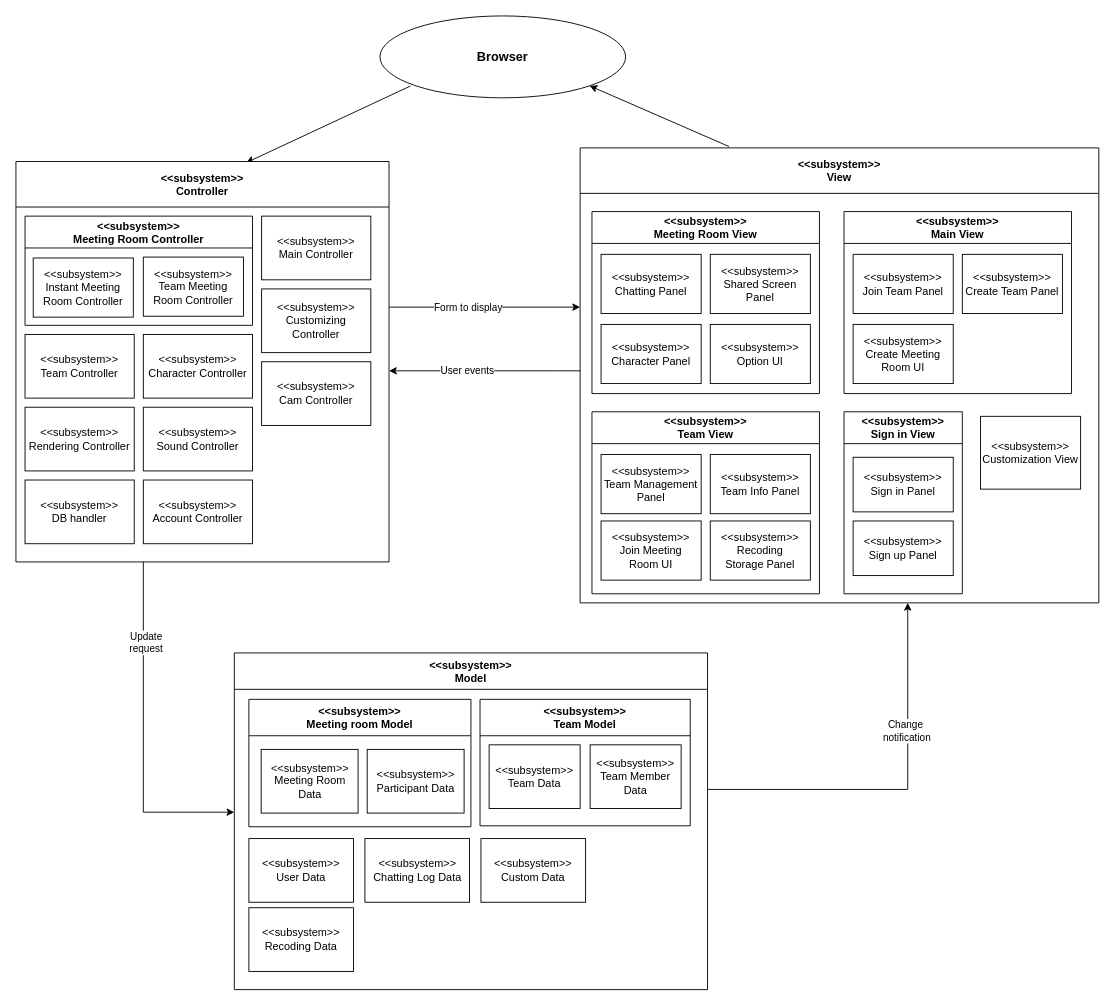
ONFFLine/Diagram keeps this draw.io diagram as MVC_pattern.drawio. Above is the earlier version. Source tidied: cells renumbered, new cells numbered last; positions are measured from the earlier drawing's top-left corner, leaving out a move shared by most shapes. Both pictures are drawn from the tidied source at 91%, with x=0, y=0 at pixel (15, 15).
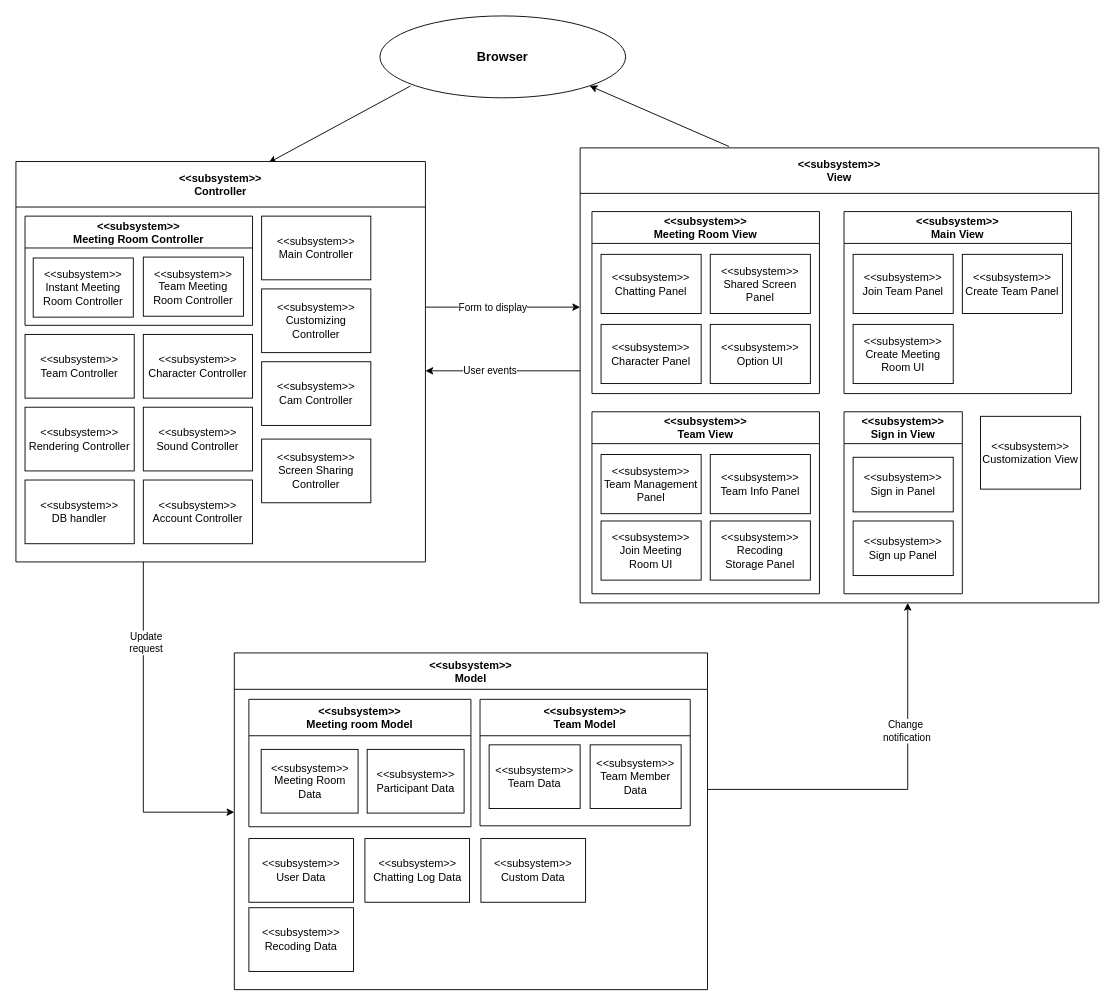
The same diagram, later.

Change to the diagram source:
```diff
@@
     <mxCell id="9" value="&lt;&lt;subsystem&gt;&gt;&#10;Controller" style="swimlane;startSize=50;" parent="1" vertex="1">
-      <mxGeometry y="160" width="410" height="440" as="geometry" />
+      <mxGeometry y="160" width="450" height="440" as="geometry" />
     </mxCell>
@@
+    <mxCell id="63" value="&amp;lt;&amp;lt;subsystem&amp;gt;&amp;gt;&lt;br&gt;Screen Sharing Controller" style="whiteSpace=wrap;html=1;" parent="9" vertex="1">
+      <mxGeometry x="270" y="305" width="120" height="70" as="geometry" />
+    </mxCell>
```
